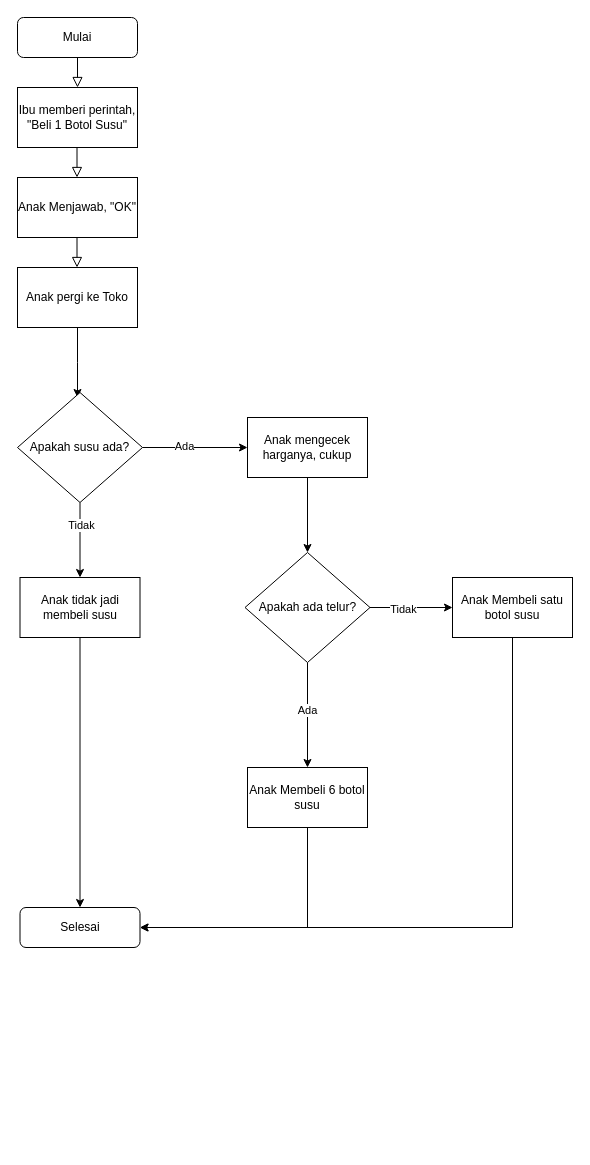
Before: Untitled Diagram.drawio in fewhold/python-scraping-data, a draw.io diagram. Source tidied: cells renumbered, new cells numbered last; positions are measured from the earlier drawing's top-left corner, leaving out a move shared by most shapes. Both pictures are drawn from the tidied source at 100%, with x=0, y=0 at pixel (17, 17).
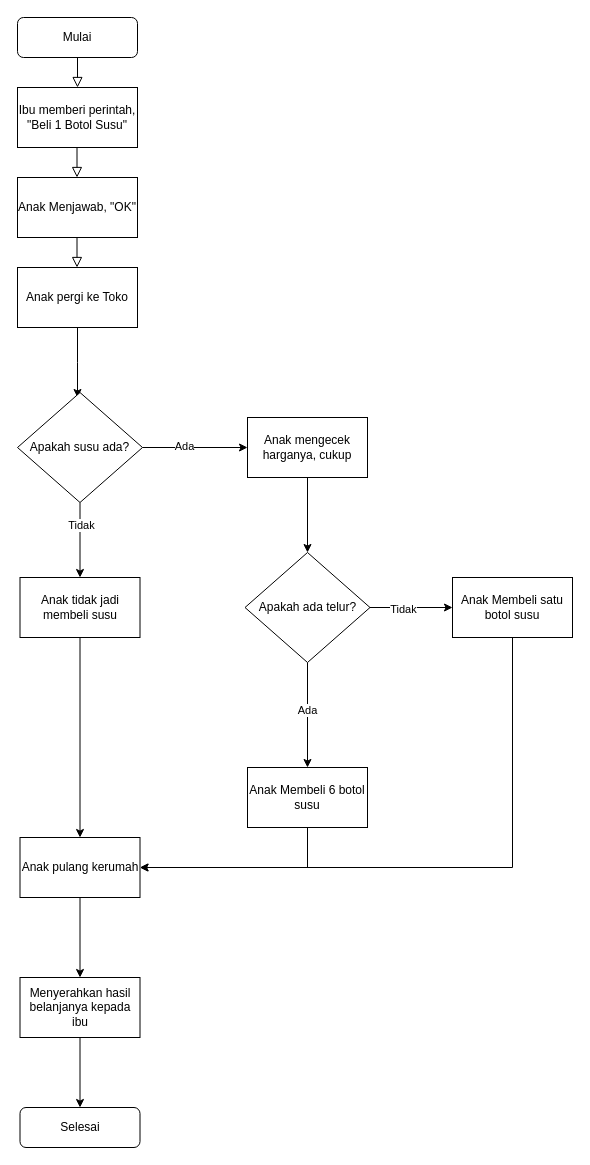
The same page after the edit.

The change refers to these unchanged cells:
```xml
<mxCell id="24" value="Anak tidak jadi membeli susu" style="rounded=0;whiteSpace=wrap;html=1;" parent="1" vertex="1">
  <mxGeometry x="2.5" y="560" width="120" height="60" as="geometry" />
</mxCell>
<mxCell id="26" value="Anak Membeli satu botol susu" style="whiteSpace=wrap;html=1;" parent="1" vertex="1">
  <mxGeometry x="435" y="560" width="120" height="60" as="geometry" />
</mxCell>
<mxCell id="28" value="Anak Membeli 6 botol susu" style="whiteSpace=wrap;html=1;" parent="1" vertex="1">
  <mxGeometry x="230" y="750" width="120" height="60" as="geometry" />
</mxCell>
```

Change to the diagram source:
```diff
@@
     <mxCell id="4" value="Selesai" style="rounded=1;whiteSpace=wrap;html=1;fontSize=12;glass=0;strokeWidth=1;shadow=0;" parent="1" vertex="1">
-      <mxGeometry x="2.5" y="890" width="120" height="40" as="geometry" />
+      <mxGeometry x="2.5" y="1090" width="120" height="40" as="geometry" />
     </mxCell>
@@
-    <mxCell id="23" style="edgeStyle=orthogonalEdgeStyle;rounded=0;jettySize=auto;html=1;exitX=0.5;exitY=1;exitDx=0;exitDy=0;entryX=0.5;entryY=0;entryDx=0;entryDy=0;" parent="1" edge="1" source="24" target="4">
-      <mxGeometry relative="1" as="geometry" />
-    </mxCell>
+    <mxCell id="29" style="edgeStyle=orthogonalEdgeStyle;rounded=0;jettySize=auto;html=1;" parent="1" edge="1" source="24" target="33">
+      <mxGeometry relative="1" as="geometry" />
+    </mxCell>
@@
-    <mxCell id="25" style="edgeStyle=orthogonalEdgeStyle;rounded=0;jettySize=auto;html=1;exitX=0.5;exitY=1;exitDx=0;exitDy=0;entryX=1;entryY=0.5;entryDx=0;entryDy=0;" parent="1" edge="1" source="26" target="4">
-      <mxGeometry relative="1" as="geometry" />
-    </mxCell>
+    <mxCell id="30" style="edgeStyle=orthogonalEdgeStyle;rounded=0;jettySize=auto;html=1;exitX=0.5;exitY=1;exitDx=0;exitDy=0;entryX=1;entryY=0.5;entryDx=0;entryDy=0;" parent="1" edge="1" source="26" target="33">
+      <mxGeometry relative="1" as="geometry" />
+    </mxCell>
@@
-    <mxCell id="27" style="edgeStyle=orthogonalEdgeStyle;rounded=0;jettySize=auto;html=1;exitX=0.5;exitY=1;exitDx=0;exitDy=0;entryX=1;entryY=0.5;entryDx=0;entryDy=0;" parent="1" edge="1" source="28" target="4">
-      <mxGeometry relative="1" as="geometry" />
-    </mxCell>
+    <mxCell id="31" style="edgeStyle=orthogonalEdgeStyle;rounded=0;jettySize=auto;html=1;exitX=0.5;exitY=1;exitDx=0;exitDy=0;entryX=1;entryY=0.5;entryDx=0;entryDy=0;" parent="1" edge="1" source="28" target="33">
+      <mxGeometry relative="1" as="geometry" />
+    </mxCell>
@@
+    <mxCell id="32" style="edgeStyle=orthogonalEdgeStyle;rounded=0;jettySize=auto;html=1;" parent="1" edge="1" source="33" target="35">
+      <mxGeometry relative="1" as="geometry" />
+    </mxCell>
+    <mxCell id="33" value="Anak pulang kerumah" style="whiteSpace=wrap;html=1;rounded=0;" parent="1" vertex="1">
+      <mxGeometry x="2.5" y="820" width="120" height="60" as="geometry" />
+    </mxCell>
+    <mxCell id="34" style="edgeStyle=orthogonalEdgeStyle;rounded=0;jettySize=auto;html=1;exitX=0.5;exitY=1;exitDx=0;exitDy=0;entryX=0.5;entryY=0;entryDx=0;entryDy=0;" parent="1" edge="1" source="35" target="4">
+      <mxGeometry relative="1" as="geometry" />
+    </mxCell>
+    <mxCell id="35" value="Menyerahkan hasil belanjanya kepada ibu" style="whiteSpace=wrap;html=1;rounded=0;" parent="1" vertex="1">
+      <mxGeometry x="2.5" y="960" width="120" height="60" as="geometry" />
+    </mxCell>
```
